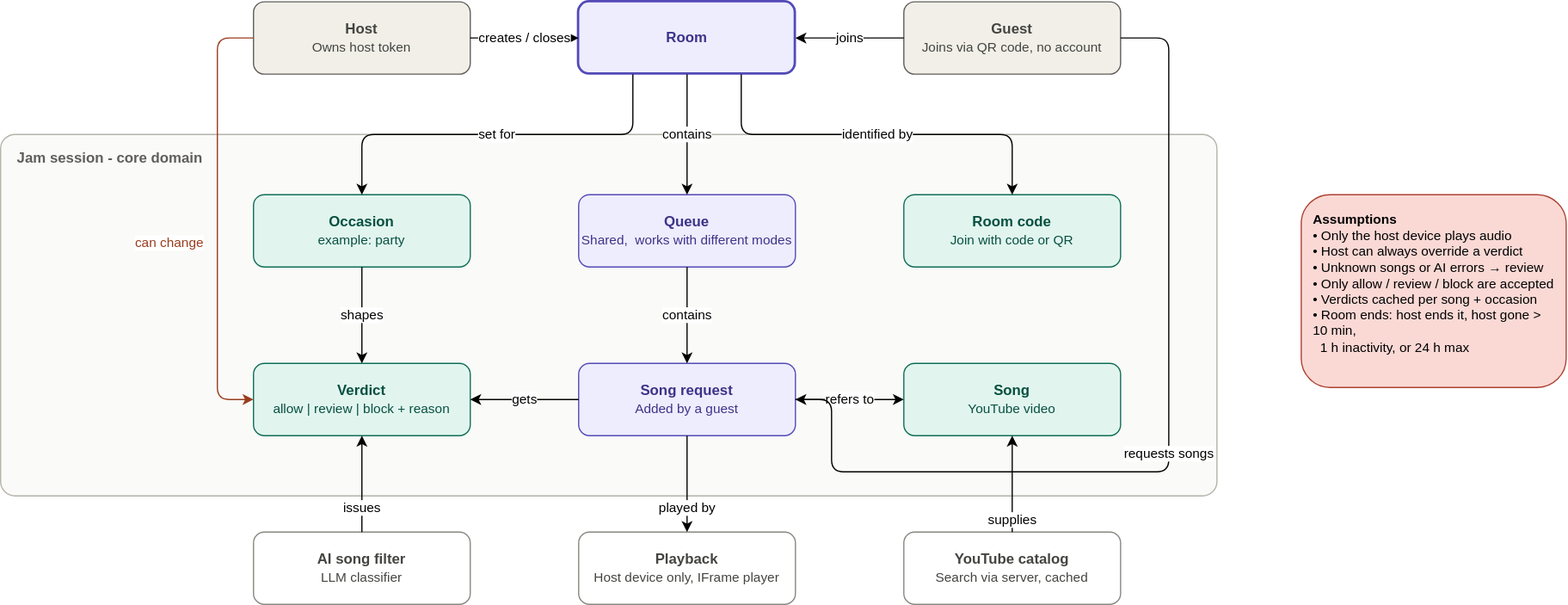
fwierer/musicjam keeps this draw.io diagram as checkpoint1/musicjam-domain-map.drawio.svg. Above is the earlier version. Source tidied: cells renumbered, new cells last; positions are measured from the earlier drawing's top-left corner, leaving out a move shared by most shapes. Its diagram source:
```xml
<mxGraphModel>
  <root>
    <mxCell id="0" />
    <mxCell id="1" parent="0" />
    <mxCell id="2" value="Jam session - core domain" style="rounded=1;arcSize=4;whiteSpace=wrap;html=1;fillColor=#FAFAF8;strokeColor=#B4B2A9;verticalAlign=top;align=left;spacingLeft=12;spacingTop=6;fontStyle=1;fontColor=#5F5E5A;" parent="1" vertex="1">
      <mxGeometry y="110" width="1010" height="300" as="geometry" />
    </mxCell>
    <mxCell id="3" value="&lt;b&gt;Host&lt;/b&gt;&lt;br&gt;&lt;font style=&quot;font-size:11px&quot;&gt;Owns host token&lt;/font&gt;" style="rounded=1;whiteSpace=wrap;html=1;fillColor=#F1EFE8;strokeColor=#5F5E5A;fontColor=#444441;" parent="1" vertex="1">
      <mxGeometry x="210" width="180" height="60" as="geometry" />
    </mxCell>
    <mxCell id="4" value="&lt;b&gt;Guest&lt;/b&gt;&lt;br&gt;&lt;font style=&quot;font-size:11px&quot;&gt;Joins via QR code, no account&lt;/font&gt;" style="rounded=1;whiteSpace=wrap;html=1;fillColor=#F1EFE8;strokeColor=#5F5E5A;fontColor=#444441;" parent="1" vertex="1">
      <mxGeometry x="750" width="180" height="60" as="geometry" />
    </mxCell>
    <mxCell id="5" value="&lt;b&gt;Room&lt;/b&gt;" style="rounded=1;whiteSpace=wrap;html=1;fillColor=#EEEDFE;strokeColor=#534AB7;fontColor=#3C3489;strokeWidth=2;" parent="1" vertex="1">
      <mxGeometry x="480" width="180" height="60" as="geometry" />
    </mxCell>
    <mxCell id="6" value="&lt;b&gt;Queue&lt;/b&gt;&lt;br&gt;&lt;font style=&quot;font-size:11px&quot;&gt;Shared,&amp;nbsp; works with different modes&lt;/font&gt;" style="rounded=1;whiteSpace=wrap;html=1;fillColor=#EEEDFE;strokeColor=#534AB7;fontColor=#3C3489;" parent="1" vertex="1">
      <mxGeometry x="480" y="160" width="180" height="60" as="geometry" />
    </mxCell>
    <mxCell id="7" value="&lt;b&gt;Song request&lt;/b&gt;&lt;br&gt;&lt;font style=&quot;font-size:11px&quot;&gt;Added by a guest&lt;/font&gt;" style="rounded=1;whiteSpace=wrap;html=1;fillColor=#EEEDFE;strokeColor=#534AB7;fontColor=#3C3489;" parent="1" vertex="1">
      <mxGeometry x="480" y="300" width="180" height="60" as="geometry" />
    </mxCell>
    <mxCell id="8" value="&lt;b&gt;Occasion&lt;/b&gt;&lt;br&gt;&lt;font style=&quot;font-size:11px&quot;&gt;example: party&lt;/font&gt;" style="rounded=1;whiteSpace=wrap;html=1;fillColor=#E1F5EE;strokeColor=#0F6E56;fontColor=#085041;" parent="1" vertex="1">
      <mxGeometry x="210" y="160" width="180" height="60" as="geometry" />
    </mxCell>
    <mxCell id="9" value="&lt;b&gt;Room code&lt;/b&gt;&lt;br&gt;&lt;font style=&quot;font-size:11px&quot;&gt;Join with code or QR&lt;/font&gt;" style="rounded=1;whiteSpace=wrap;html=1;fillColor=#E1F5EE;strokeColor=#0F6E56;fontColor=#085041;" parent="1" vertex="1">
      <mxGeometry x="750" y="160" width="180" height="60" as="geometry" />
    </mxCell>
    <mxCell id="10" value="&lt;b&gt;Verdict&lt;/b&gt;&lt;br&gt;&lt;font style=&quot;font-size:11px&quot;&gt;allow | review | block + reason&lt;/font&gt;" style="rounded=1;whiteSpace=wrap;html=1;fillColor=#E1F5EE;strokeColor=#0F6E56;fontColor=#085041;" parent="1" vertex="1">
      <mxGeometry x="210" y="300" width="180" height="60" as="geometry" />
    </mxCell>
    <mxCell id="11" value="&lt;b&gt;Song&lt;/b&gt;&lt;br&gt;&lt;font style=&quot;font-size:11px&quot;&gt;YouTube video&lt;/font&gt;" style="rounded=1;whiteSpace=wrap;html=1;fillColor=#E1F5EE;strokeColor=#0F6E56;fontColor=#085041;" parent="1" vertex="1">
      <mxGeometry x="750" y="300" width="180" height="60" as="geometry" />
    </mxCell>
    <mxCell id="12" value="&lt;b&gt;AI song filter&lt;/b&gt;&lt;br&gt;&lt;font style=&quot;font-size:11px&quot;&gt;LLM classifier&lt;/font&gt;" style="rounded=1;whiteSpace=wrap;html=1;fillColor=#FFFFFF;strokeColor=#888780;fontColor=#444441;" parent="1" vertex="1">
      <mxGeometry x="210" y="440" width="180" height="60" as="geometry" />
    </mxCell>
    <mxCell id="13" value="&lt;b&gt;Playback&lt;/b&gt;&lt;br&gt;&lt;font style=&quot;font-size:11px&quot;&gt;Host device only, IFrame player&lt;/font&gt;" style="rounded=1;whiteSpace=wrap;html=1;fillColor=#FFFFFF;strokeColor=#888780;fontColor=#444441;" parent="1" vertex="1">
      <mxGeometry x="480" y="440" width="180" height="60" as="geometry" />
    </mxCell>
    <mxCell id="14" value="&lt;b&gt;YouTube catalog&lt;/b&gt;&lt;br&gt;&lt;font style=&quot;font-size:11px&quot;&gt;Search via server, cached&lt;/font&gt;" style="rounded=1;whiteSpace=wrap;html=1;fillColor=#FFFFFF;strokeColor=#888780;fontColor=#444441;" parent="1" vertex="1">
      <mxGeometry x="750" y="440" width="180" height="60" as="geometry" />
    </mxCell>
    <mxCell id="15" value="creates / closes" style="endArrow=classic;html=1;fontSize=11;labelBackgroundColor=#FFFFFF;" parent="1" edge="1" source="3" target="5">
      <mxGeometry relative="1" as="geometry" />
    </mxCell>
    <mxCell id="16" value="joins" style="endArrow=classic;html=1;fontSize=11;labelBackgroundColor=#FFFFFF;" parent="1" edge="1" source="4" target="5">
      <mxGeometry relative="1" as="geometry" />
    </mxCell>
    <mxCell id="17" value="set for" style="edgeStyle=orthogonalEdgeStyle;endArrow=classic;html=1;fontSize=11;labelBackgroundColor=#FFFFFF;exitX=0.25;exitY=1;entryX=0.5;entryY=0;" parent="1" edge="1" source="5" target="8">
      <mxGeometry relative="1" as="geometry" />
    </mxCell>
    <mxCell id="18" value="identified by" style="edgeStyle=orthogonalEdgeStyle;endArrow=classic;html=1;fontSize=11;labelBackgroundColor=#FFFFFF;exitX=0.75;exitY=1;entryX=0.5;entryY=0;" parent="1" edge="1" source="5" target="9">
      <mxGeometry relative="1" as="geometry" />
    </mxCell>
    <mxCell id="19" value="contains" style="endArrow=classic;html=1;fontSize=11;labelBackgroundColor=#FFFFFF;" parent="1" edge="1" source="5" target="6">
      <mxGeometry relative="1" as="geometry" />
    </mxCell>
    <mxCell id="20" value="contains" style="endArrow=classic;html=1;fontSize=11;labelBackgroundColor=#FFFFFF;" parent="1" edge="1" source="6" target="7">
      <mxGeometry relative="1" as="geometry" />
    </mxCell>
    <mxCell id="21" value="shapes" style="endArrow=classic;html=1;fontSize=11;labelBackgroundColor=#FFFFFF;" parent="1" edge="1" source="8" target="10">
      <mxGeometry relative="1" as="geometry" />
    </mxCell>
    <mxCell id="22" value="gets" style="endArrow=classic;html=1;fontSize=11;labelBackgroundColor=#FFFFFF;" parent="1" edge="1" source="7" target="10">
      <mxGeometry relative="1" as="geometry" />
    </mxCell>
    <mxCell id="23" value="refers to" style="endArrow=classic;html=1;fontSize=11;labelBackgroundColor=#FFFFFF;" parent="1" edge="1" source="7" target="11">
      <mxGeometry relative="1" as="geometry" />
    </mxCell>
    <mxCell id="24" value="issues" style="endArrow=classic;html=1;fontSize=11;labelBackgroundColor=#FFFFFF;" parent="1" edge="1" source="12" target="10">
      <mxGeometry x="-0.5" relative="1" as="geometry" />
    </mxCell>
    <mxCell id="25" value="played by" style="endArrow=classic;html=1;fontSize=11;labelBackgroundColor=#FFFFFF;" parent="1" edge="1" source="7" target="13">
      <mxGeometry x="0.5" relative="1" as="geometry" />
    </mxCell>
    <mxCell id="26" value="supplies" style="endArrow=classic;html=1;fontSize=11;labelBackgroundColor=#FFFFFF;" parent="1" edge="1" source="14" target="11">
      <mxGeometry x="-0.75" relative="1" as="geometry" />
    </mxCell>
    <mxCell id="27" value="can change" style="edgeStyle=orthogonalEdgeStyle;endArrow=classic;html=1;fontSize=11;labelBackgroundColor=#FFFFFF;strokeColor=#993C1D;fontColor=#993C1D;exitX=0;exitY=0.5;entryX=0;entryY=0.5;" parent="1" edge="1" source="3" target="10">
      <mxGeometry x="0.11" y="-40" relative="1" as="geometry">
        <Array as="points">
          <mxPoint x="180" y="30" />
          <mxPoint x="180" y="330" />
        </Array>
      </mxGeometry>
    </mxCell>
    <mxCell id="28" value="requests songs" style="edgeStyle=orthogonalEdgeStyle;endArrow=classic;html=1;fontSize=11;labelBackgroundColor=#FFFFFF;exitX=1;exitY=0.5;entryX=1;entryY=0.5;" parent="1" edge="1" source="4" target="7">
      <mxGeometry relative="1" as="geometry">
        <Array as="points">
          <mxPoint x="970" y="30" />
          <mxPoint x="970" y="390" />
          <mxPoint x="690" y="390" />
          <mxPoint x="690" y="330" />
        </Array>
      </mxGeometry>
    </mxCell>
    <mxCell id="29" value="&lt;b&gt;Assumptions&lt;/b&gt;&lt;br&gt;• Only the host device plays audio&lt;br&gt;• Host can always override a verdict&lt;br&gt;• Unknown songs or AI errors → review&lt;br&gt;• Only allow / review / block are accepted&lt;br&gt;• Verdicts cached per song + occasion&lt;br&gt;• Room ends: host ends it, host gone &amp;gt; 10 min,&lt;br&gt;&amp;nbsp;&amp;nbsp;1 h inactivity, or 24 h max" style="text;html=1;align=left;verticalAlign=top;whiteSpace=wrap;rounded=1;fillColor=#fad9d5;strokeColor=#ae4132;spacing=10;fontSize=11;" parent="1" vertex="1">
      <mxGeometry x="1080" y="160" width="220" height="160" as="geometry" />
    </mxCell>
  </root>
</mxGraphModel>
```
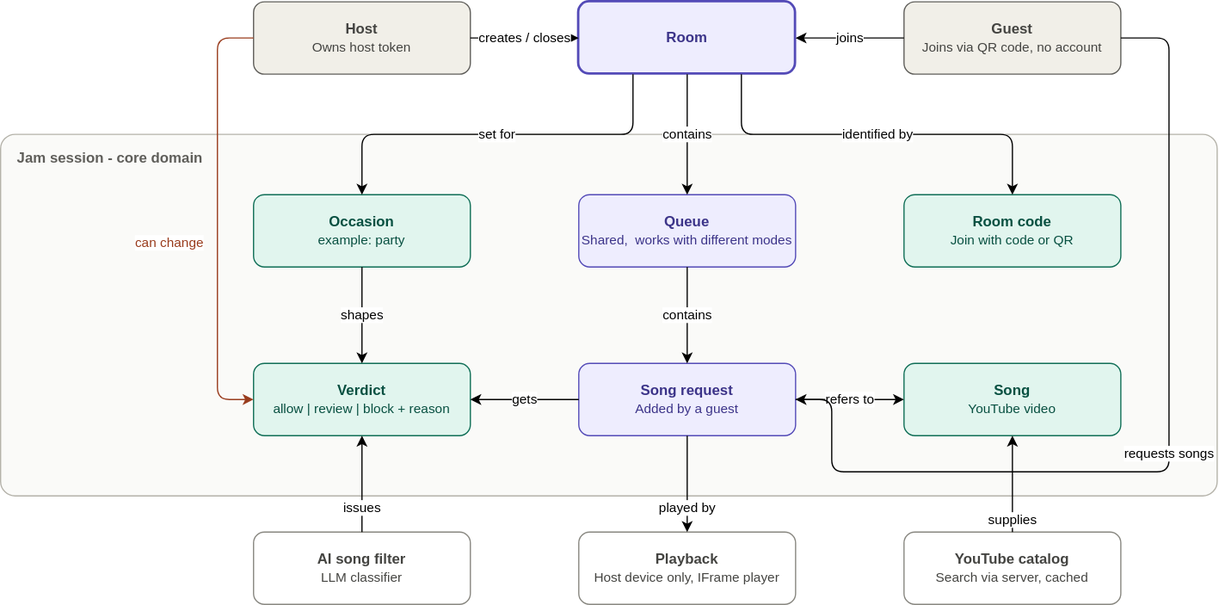
After the change.

Diff of the diagram source:
```diff
@@ -95,8 +95,5 @@
         </Array>
       </mxGeometry>
     </mxCell>
-    <mxCell id="29" value="&lt;b&gt;Assumptions&lt;/b&gt;&lt;br&gt;• Only the host device plays audio&lt;br&gt;• Host can always override a verdict&lt;br&gt;• Unknown songs or AI errors → review&lt;br&gt;• Only allow / review / block are accepted&lt;br&gt;• Verdicts cached per song + occasion&lt;br&gt;• Room ends: host ends it, host gone &amp;gt; 10 min,&lt;br&gt;&amp;nbsp;&amp;nbsp;1 h inactivity, or 24 h max" style="text;html=1;align=left;verticalAlign=top;whiteSpace=wrap;rounded=1;fillColor=#fad9d5;strokeColor=#ae4132;spacing=10;fontSize=11;" parent="1" vertex="1">
-      <mxGeometry x="1080" y="160" width="220" height="160" as="geometry" />
-    </mxCell>
   </root>
 </mxGraphModel>
```
